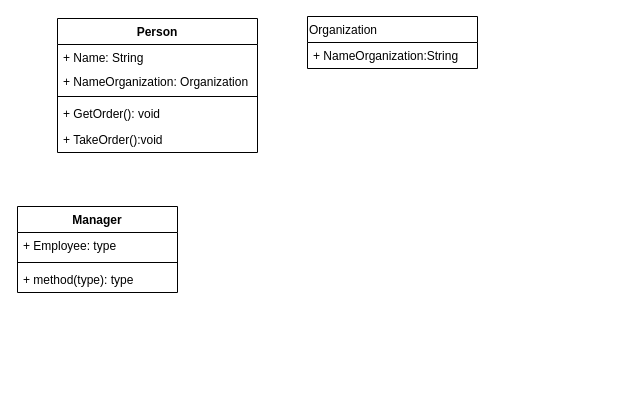
Earlier version of the draw.io diagram Untitled Diagram.drawio (Sergans/OOPHomeWork). Source tidied: cells renumbered, new cells numbered last; positions are measured from the earlier drawing's top-left corner, leaving out a move shared by most shapes. Both pictures are drawn from the tidied source at 100%, with x=0, y=0 at pixel (17, 16).
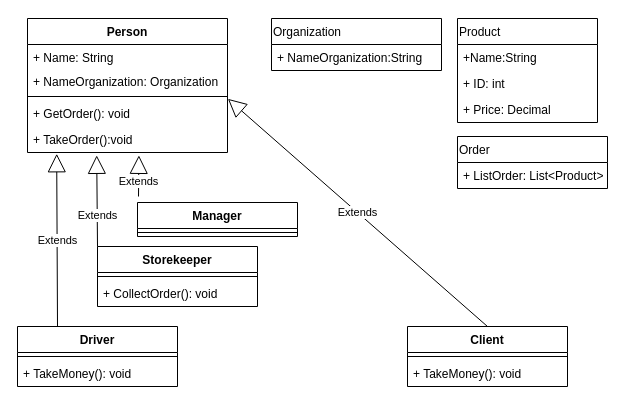
The same diagram, later.

Unchanged cells that the change refers to:
```xml
<mxCell id="9" style="line;strokeWidth=1;fillColor=none;align=left;verticalAlign=middle;spacingTop=-1;spacingLeft=3;spacingRight=3;labelPosition=right;points=[];portConstraint=eastwest;" parent="6" vertex="1">
  <mxGeometry y="74" width="200" height="8" as="geometry" />
</mxCell>
<mxCell id="11" value="+ TakeOrder():void" style="text;strokeColor=none;fillColor=none;align=left;verticalAlign=top;spacingLeft=4;spacingRight=4;overflow=hidden;points=[[0,0.5],[1,0.5]];portConstraint=eastwest;" parent="6" vertex="1">
  <mxGeometry y="108" width="200" height="26" as="geometry" />
</mxCell>
```

The edit, as a diff of the source:
```diff
@@
     <mxCell id="2" value="Manager" style="swimlane;fontStyle=1;align=center;verticalAlign=top;horizontal=1;startSize=26;" parent="1" vertex="1">
-      <mxGeometry y="190" width="160" height="86" as="geometry" />
+      <mxGeometry x="120" y="186" width="160" height="34" as="geometry" />
     </mxCell>
-    <mxCell id="3" value="+ Employee: type" style="text;strokeColor=none;fillColor=none;align=left;verticalAlign=top;spacingLeft=4;spacingRight=4;overflow=hidden;" parent="2" vertex="1">
-      <mxGeometry y="26" width="160" height="26" as="geometry" />
-    </mxCell>
     <mxCell id="4" style="line;strokeWidth=1;fillColor=none;align=left;verticalAlign=middle;spacingTop=-1;spacingLeft=3;spacingRight=3;labelPosition=right;" parent="2" vertex="1">
-      <mxGeometry y="52" width="160" height="8" as="geometry" />
+      <mxGeometry y="26" width="160" height="8" as="geometry" />
     </mxCell>
-    <mxCell id="5" value="+ method(type): type" style="text;strokeColor=none;fillColor=none;align=left;verticalAlign=top;spacingLeft=4;spacingRight=4;overflow=hidden;" parent="2" vertex="1">
-      <mxGeometry y="60" width="160" height="26" as="geometry" />
-    </mxCell>
     <mxCell id="6" value="Person" style="swimlane;fontStyle=1;align=center;verticalAlign=top;horizontal=1;startSize=26;" parent="1" vertex="1">
-      <mxGeometry x="40" y="2" width="200" height="134" as="geometry" />
+      <mxGeometry x="10" y="2" width="200" height="134" as="geometry" />
     </mxCell>
@@
     <mxCell id="12" value="Organization" style="swimlane;fontStyle=0;horizontal=1;startSize=26;fillColor=none;align=left;verticalAlign=top;" parent="1" vertex="1">
-      <mxGeometry x="290" width="170" height="52" as="geometry" />
+      <mxGeometry x="254" y="2" width="170" height="52" as="geometry" />
     </mxCell>
@@
+    <mxCell id="14" value="Client" style="swimlane;fontStyle=1;align=center;verticalAlign=top;horizontal=1;startSize=26;fillColor=none;gradientColor=none;" parent="1" vertex="1">
+      <mxGeometry x="390" y="310" width="160" height="60" as="geometry" />
+    </mxCell>
+    <mxCell id="15" style="line;strokeWidth=1;fillColor=none;align=left;verticalAlign=middle;spacingTop=-1;spacingLeft=3;spacingRight=3;labelPosition=right;" parent="14" vertex="1">
+      <mxGeometry y="26" width="160" height="8" as="geometry" />
+    </mxCell>
+    <mxCell id="16" value="+ TakeMoney(): void" style="text;strokeColor=none;fillColor=none;align=left;verticalAlign=top;spacingLeft=4;spacingRight=4;overflow=hidden;" parent="14" vertex="1">
+      <mxGeometry y="34" width="160" height="26" as="geometry" />
+    </mxCell>
+    <mxCell id="17" value="Storekeeper" style="swimlane;fontStyle=1;align=center;verticalAlign=top;horizontal=1;startSize=26;fillColor=none;gradientColor=none;" parent="1" vertex="1">
+      <mxGeometry x="80" y="230" width="160" height="60" as="geometry" />
+    </mxCell>
+    <mxCell id="18" style="line;strokeWidth=1;fillColor=none;align=left;verticalAlign=middle;spacingTop=-1;spacingLeft=3;spacingRight=3;labelPosition=right;" parent="17" vertex="1">
+      <mxGeometry y="26" width="160" height="8" as="geometry" />
+    </mxCell>
+    <mxCell id="19" value="+ CollectOrder(): void" style="text;strokeColor=none;fillColor=none;align=left;verticalAlign=top;spacingLeft=4;spacingRight=4;overflow=hidden;" parent="17" vertex="1">
+      <mxGeometry y="34" width="160" height="26" as="geometry" />
+    </mxCell>
+    <mxCell id="20" value="Driver" style="swimlane;fontStyle=1;align=center;verticalAlign=top;horizontal=1;startSize=26;fillColor=none;gradientColor=none;" parent="1" vertex="1">
+      <mxGeometry y="310" width="160" height="60" as="geometry" />
+    </mxCell>
+    <mxCell id="21" style="line;strokeWidth=1;fillColor=none;align=left;verticalAlign=middle;spacingTop=-1;spacingLeft=3;spacingRight=3;labelPosition=right;" parent="20" vertex="1">
+      <mxGeometry y="26" width="160" height="8" as="geometry" />
+    </mxCell>
+    <mxCell id="22" value="+ TakeMoney(): void" style="text;strokeColor=none;fillColor=none;align=left;verticalAlign=top;spacingLeft=4;spacingRight=4;overflow=hidden;" parent="20" vertex="1">
+      <mxGeometry y="34" width="160" height="26" as="geometry" />
+    </mxCell>
+    <mxCell id="23" value="Product" style="swimlane;fontStyle=0;horizontal=1;startSize=26;fillColor=none;align=left;verticalAlign=top;" parent="1" vertex="1">
+      <mxGeometry x="440" y="2" width="140" height="104" as="geometry" />
+    </mxCell>
+    <mxCell id="24" value="+Name:String" style="text;strokeColor=none;fillColor=none;align=left;verticalAlign=top;spacingLeft=4;spacingRight=4;overflow=hidden;" parent="23" vertex="1">
+      <mxGeometry y="26" width="140" height="26" as="geometry" />
+    </mxCell>
+    <mxCell id="25" value="+ ID: int" style="text;strokeColor=none;fillColor=none;align=left;verticalAlign=top;spacingLeft=4;spacingRight=4;overflow=hidden;" parent="23" vertex="1">
+      <mxGeometry y="52" width="140" height="26" as="geometry" />
+    </mxCell>
+    <mxCell id="26" value="+ Price: Decimal" style="text;strokeColor=none;fillColor=none;align=left;verticalAlign=top;spacingLeft=4;spacingRight=4;overflow=hidden;" parent="23" vertex="1">
+      <mxGeometry y="78" width="140" height="26" as="geometry" />
+    </mxCell>
+    <mxCell id="27" value="Order" style="swimlane;fontStyle=0;horizontal=1;startSize=26;fillColor=none;align=left;verticalAlign=top;" parent="1" vertex="1">
+      <mxGeometry x="440" y="120" width="150" height="52" as="geometry" />
+    </mxCell>
+    <mxCell id="28" value="+ ListOrder: List&lt;Product&gt;" style="text;strokeColor=none;fillColor=none;align=left;verticalAlign=top;spacingLeft=4;spacingRight=4;overflow=hidden;" parent="27" vertex="1">
+      <mxGeometry y="26" width="150" height="26" as="geometry" />
+    </mxCell>
+    <mxCell id="29" value="Extends" style="endArrow=block;endSize=16;endFill=0;html=1;rounded=0;entryX=0.557;entryY=1.11;entryDx=0;entryDy=0;entryPerimeter=0;" parent="1" edge="1" target="11">
+      <mxGeometry x="-0.25" relative="1" as="geometry">
+        <mxPoint x="121" y="180" as="sourcePoint" />
+      </mxGeometry>
+    </mxCell>
+    <mxCell id="30" value="Extends" style="endArrow=block;endSize=16;endFill=0;html=1;rounded=0;exitX=0.5;exitY=0;exitDx=0;exitDy=0;entryX=1.002;entryY=0.792;entryDx=0;entryDy=0;entryPerimeter=0;" parent="1" edge="1" source="14" target="9">
+      <mxGeometry relative="1" as="geometry" />
+    </mxCell>
+    <mxCell id="31" value="Extends" style="endArrow=block;endSize=16;endFill=0;html=1;rounded=0;exitX=0;exitY=0;exitDx=0;exitDy=0;entryX=0.346;entryY=1.11;entryDx=0;entryDy=0;entryPerimeter=0;" parent="1" edge="1" source="17" target="11">
+      <mxGeometry x="-0.33" relative="1" as="geometry" />
+    </mxCell>
+    <mxCell id="32" value="Extends" style="endArrow=block;endSize=16;endFill=0;html=1;rounded=0;exitX=0.25;exitY=0;exitDx=0;exitDy=0;entryX=0.146;entryY=1.049;entryDx=0;entryDy=0;entryPerimeter=0;" parent="1" edge="1" source="20" target="11">
+      <mxGeometry relative="1" as="geometry" />
+    </mxCell>
```
